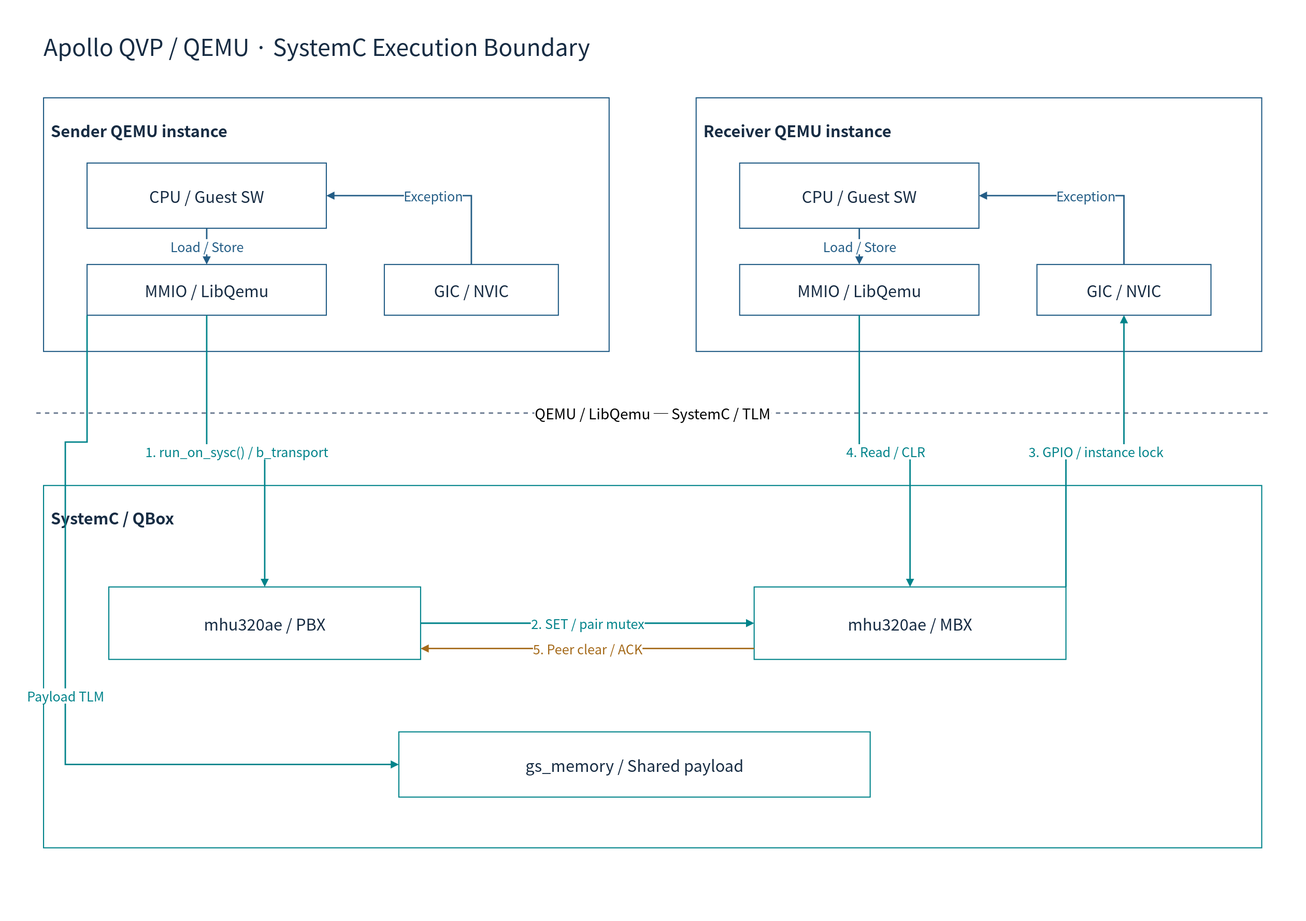
This is doc/phase1/mailbox/diagrams/06-qvp.drawio.svg from cometzero/project-apollo, a draw.io export, as it was before one commit. Source tidied: cells renumbered, new cells last; positions are measured from the earlier drawing's top-left corner, leaving out a move shared by most shapes.
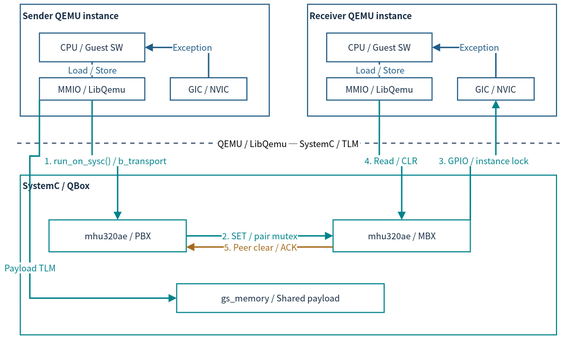
Later version of the same file.

Diff of the diagram source:
```diff
@@ -2,86 +2,80 @@
   <root>
     <mxCell id="0" />
     <mxCell id="1" parent="0" />
-    <mxCell id="2" style="rounded=0;whiteSpace=wrap;html=1;fillColor=#FFFFFF;strokeColor=none;strokeWidth=1.5;fontColor=#172C43;fontFamily=Noto Sans CJK KR;fontSize=22;spacing=10;" parent="1" vertex="1">
-      <mxGeometry width="1800" height="1270" as="geometry" />
-    </mxCell>
-    <mxCell id="3" value="Apollo QVP / QEMU · SystemC Execution Boundary" style="rounded=0;whiteSpace=wrap;html=1;fillColor=#FFFFFF;strokeColor=none;strokeWidth=1.5;fontColor=#172C43;fontFamily=Noto Sans CJK KR;fontSize=22;spacing=10;fontSize=32;align=left;" parent="1" vertex="1">
-      <mxGeometry x="50" y="30" width="1700" height="65" as="geometry" />
-    </mxCell>
-    <mxCell id="4" value="Sender QEMU instance" style="rounded=0;whiteSpace=wrap;html=1;fillColor=#FFFFFF;strokeColor=#235D86;strokeWidth=1.5;fontColor=#172C43;fontFamily=Noto Sans CJK KR;fontSize=22;spacing=10;verticalAlign=top;fontStyle=1;spacingTop=16;align=left;" parent="1" vertex="1">
-      <mxGeometry x="60" y="135" width="780" height="350" as="geometry" />
+    <mxCell id="4" value="Sender QEMU instance" style="rounded=0;whiteSpace=wrap;html=1;fillColor=#FFFFFF;strokeColor=#235D86;strokeWidth=1.5;fontColor=#172C43;fontFamily=Noto Sans CJK KR;verticalAlign=top;fontStyle=1;align=left;fontSize=12;spacing=3;whiteSpace=wrap;" parent="1" vertex="1">
+      <mxGeometry x="12" y="31.8" width="343.6" height="154.2" as="geometry" />
     </mxCell>
-    <mxCell id="5" value="CPU / Guest SW" style="rounded=0;whiteSpace=wrap;html=1;fillColor=#FFFFFF;strokeColor=#235D86;strokeWidth=1.5;fontColor=#172C43;fontFamily=Noto Sans CJK KR;fontSize=22;spacing=10;" parent="4" vertex="1">
-      <mxGeometry x="60" y="90" width="330" height="90" as="geometry" />
+    <mxCell id="5" value="CPU / Guest SW" style="rounded=0;whiteSpace=wrap;html=1;fillColor=#FFFFFF;strokeColor=#235D86;strokeWidth=1.5;fontColor=#172C43;fontFamily=Noto Sans CJK KR;fontSize=12;spacing=3;whiteSpace=wrap;" parent="4" vertex="1">
+      <mxGeometry x="26.4" y="39.6" width="145.4" height="39.6" as="geometry" />
     </mxCell>
-    <mxCell id="6" value="MMIO / LibQemu" style="rounded=0;whiteSpace=wrap;html=1;fillColor=#FFFFFF;strokeColor=#235D86;strokeWidth=1.5;fontColor=#172C43;fontFamily=Noto Sans CJK KR;fontSize=22;spacing=10;" parent="4" vertex="1">
-      <mxGeometry x="60" y="230" width="330" height="70" as="geometry" />
+    <mxCell id="6" value="MMIO / LibQemu" style="rounded=0;whiteSpace=wrap;html=1;fillColor=#FFFFFF;strokeColor=#235D86;strokeWidth=1.5;fontColor=#172C43;fontFamily=Noto Sans CJK KR;fontSize=12;spacing=3;whiteSpace=wrap;" parent="4" vertex="1">
+      <mxGeometry x="26.4" y="101.3" width="145.4" height="30.8" as="geometry" />
     </mxCell>
-    <mxCell id="7" value="GIC / NVIC" style="rounded=0;whiteSpace=wrap;html=1;fillColor=#FFFFFF;strokeColor=#235D86;strokeWidth=1.5;fontColor=#172C43;fontFamily=Noto Sans CJK KR;fontSize=22;spacing=10;" parent="4" vertex="1">
-      <mxGeometry x="470" y="230" width="240" height="70" as="geometry" />
+    <mxCell id="7" value="GIC / NVIC" style="rounded=0;whiteSpace=wrap;html=1;fillColor=#FFFFFF;strokeColor=#235D86;strokeWidth=1.5;fontColor=#172C43;fontFamily=Noto Sans CJK KR;fontSize=12;spacing=3;whiteSpace=wrap;" parent="4" vertex="1">
+      <mxGeometry x="207" y="101.3" width="105.7" height="30.8" as="geometry" />
     </mxCell>
-    <mxCell id="8" value="Load / Store" style="edgeStyle=orthogonalEdgeStyle;rounded=0;html=1;endArrow=block;endFill=1;strokeWidth=2;strokeColor=#235D86;fontColor=#235D86;fontFamily=Noto Sans CJK KR;fontSize=18;labelBackgroundColor=#FFFFFF;exitX=0.5;exitY=1;entryX=0.5;entryY=0;" parent="1" edge="1" source="5" target="6">
+    <mxCell id="8" value="Load / Store" style="edgeStyle=orthogonalEdgeStyle;rounded=0;html=1;endArrow=block;endFill=1;strokeWidth=2;strokeColor=#235D86;fontColor=#235D86;fontFamily=Noto Sans CJK KR;labelBackgroundColor=#FFFFFF;exitX=0.5;exitY=1;entryX=0.5;entryY=0;fontSize=12;spacing=3;whiteSpace=nowrap;" parent="1" edge="1" source="5" target="6">
       <mxGeometry relative="1" as="geometry" />
     </mxCell>
-    <mxCell id="9" value="Exception" style="edgeStyle=orthogonalEdgeStyle;rounded=0;html=1;endArrow=block;endFill=1;strokeWidth=2;strokeColor=#235D86;fontColor=#235D86;fontFamily=Noto Sans CJK KR;fontSize=18;labelBackgroundColor=#FFFFFF;exitX=0.5;exitY=0;entryX=1;entryY=0.5;" parent="1" edge="1" source="7" target="5">
+    <mxCell id="9" value="Exception" style="edgeStyle=orthogonalEdgeStyle;rounded=0;html=1;endArrow=block;endFill=1;strokeWidth=2;strokeColor=#235D86;fontColor=#235D86;fontFamily=Noto Sans CJK KR;labelBackgroundColor=#FFFFFF;exitX=0.5;exitY=0;entryX=1;entryY=0.5;fontSize=12;spacing=3;whiteSpace=nowrap;" parent="1" edge="1" source="7" target="5">
       <mxGeometry relative="1" as="geometry" />
     </mxCell>
-    <mxCell id="10" value="Receiver QEMU instance" style="rounded=0;whiteSpace=wrap;html=1;fillColor=#FFFFFF;strokeColor=#235D86;strokeWidth=1.5;fontColor=#172C43;fontFamily=Noto Sans CJK KR;fontSize=22;spacing=10;verticalAlign=top;fontStyle=1;spacingTop=16;align=left;" parent="1" vertex="1">
-      <mxGeometry x="960" y="135" width="780" height="350" as="geometry" />
+    <mxCell id="10" value="Receiver QEMU instance" style="rounded=0;whiteSpace=wrap;html=1;fillColor=#FFFFFF;strokeColor=#235D86;strokeWidth=1.5;fontColor=#172C43;fontFamily=Noto Sans CJK KR;verticalAlign=top;fontStyle=1;align=left;fontSize=12;spacing=3;whiteSpace=wrap;" parent="1" vertex="1">
+      <mxGeometry x="408.4" y="31.8" width="343.6" height="154.2" as="geometry" />
     </mxCell>
-    <mxCell id="11" value="CPU / Guest SW" style="rounded=0;whiteSpace=wrap;html=1;fillColor=#FFFFFF;strokeColor=#235D86;strokeWidth=1.5;fontColor=#172C43;fontFamily=Noto Sans CJK KR;fontSize=22;spacing=10;" parent="10" vertex="1">
-      <mxGeometry x="60" y="90" width="330" height="90" as="geometry" />
+    <mxCell id="11" value="CPU / Guest SW" style="rounded=0;whiteSpace=wrap;html=1;fillColor=#FFFFFF;strokeColor=#235D86;strokeWidth=1.5;fontColor=#172C43;fontFamily=Noto Sans CJK KR;fontSize=12;spacing=3;whiteSpace=wrap;" parent="10" vertex="1">
+      <mxGeometry x="26.4" y="39.6" width="145.4" height="39.6" as="geometry" />
     </mxCell>
-    <mxCell id="12" value="MMIO / LibQemu" style="rounded=0;whiteSpace=wrap;html=1;fillColor=#FFFFFF;strokeColor=#235D86;strokeWidth=1.5;fontColor=#172C43;fontFamily=Noto Sans CJK KR;fontSize=22;spacing=10;" parent="10" vertex="1">
-      <mxGeometry x="60" y="230" width="330" height="70" as="geometry" />
+    <mxCell id="12" value="MMIO / LibQemu" style="rounded=0;whiteSpace=wrap;html=1;fillColor=#FFFFFF;strokeColor=#235D86;strokeWidth=1.5;fontColor=#172C43;fontFamily=Noto Sans CJK KR;fontSize=12;spacing=3;whiteSpace=wrap;" parent="10" vertex="1">
+      <mxGeometry x="26.4" y="101.3" width="145.4" height="30.8" as="geometry" />
     </mxCell>
-    <mxCell id="13" value="GIC / NVIC" style="rounded=0;whiteSpace=wrap;html=1;fillColor=#FFFFFF;strokeColor=#235D86;strokeWidth=1.5;fontColor=#172C43;fontFamily=Noto Sans CJK KR;fontSize=22;spacing=10;" parent="10" vertex="1">
-      <mxGeometry x="470" y="230" width="240" height="70" as="geometry" />
+    <mxCell id="13" value="GIC / NVIC" style="rounded=0;whiteSpace=wrap;html=1;fillColor=#FFFFFF;strokeColor=#235D86;strokeWidth=1.5;fontColor=#172C43;fontFamily=Noto Sans CJK KR;fontSize=12;spacing=3;whiteSpace=wrap;" parent="10" vertex="1">
+      <mxGeometry x="207" y="101.3" width="105.7" height="30.8" as="geometry" />
     </mxCell>
-    <mxCell id="14" value="Load / Store" style="edgeStyle=orthogonalEdgeStyle;rounded=0;html=1;endArrow=block;endFill=1;strokeWidth=2;strokeColor=#235D86;fontColor=#235D86;fontFamily=Noto Sans CJK KR;fontSize=18;labelBackgroundColor=#FFFFFF;exitX=0.5;exitY=1;entryX=0.5;entryY=0;" parent="1" edge="1" source="11" target="12">
+    <mxCell id="14" value="Load / Store" style="edgeStyle=orthogonalEdgeStyle;rounded=0;html=1;endArrow=block;endFill=1;strokeWidth=2;strokeColor=#235D86;fontColor=#235D86;fontFamily=Noto Sans CJK KR;labelBackgroundColor=#FFFFFF;exitX=0.5;exitY=1;entryX=0.5;entryY=0;fontSize=12;spacing=3;whiteSpace=nowrap;" parent="1" edge="1" source="11" target="12">
       <mxGeometry relative="1" as="geometry" />
     </mxCell>
-    <mxCell id="15" value="Exception" style="edgeStyle=orthogonalEdgeStyle;rounded=0;html=1;endArrow=block;endFill=1;strokeWidth=2;strokeColor=#235D86;fontColor=#235D86;fontFamily=Noto Sans CJK KR;fontSize=18;labelBackgroundColor=#FFFFFF;exitX=0.5;exitY=0;entryX=1;entryY=0.5;" parent="1" edge="1" source="13" target="11">
+    <mxCell id="15" value="Exception" style="edgeStyle=orthogonalEdgeStyle;rounded=0;html=1;endArrow=block;endFill=1;strokeWidth=2;strokeColor=#235D86;fontColor=#235D86;fontFamily=Noto Sans CJK KR;labelBackgroundColor=#FFFFFF;exitX=0.5;exitY=0;entryX=1;entryY=0.5;fontSize=12;spacing=3;whiteSpace=nowrap;" parent="1" edge="1" source="13" target="11">
       <mxGeometry relative="1" as="geometry" />
     </mxCell>
-    <mxCell id="16" value="QEMU / LibQemu ─ SystemC / TLM" style="endArrow=none;dashed=1;strokeColor=#64748B;strokeWidth=2;fontSize=20;labelBackgroundColor=#FFFFFF;fontFamily=Noto Sans CJK KR;" parent="1" edge="1">
+    <mxCell id="16" value="QEMU / LibQemu ─ SystemC / TLM" style="endArrow=none;dashed=1;strokeColor=#64748B;strokeWidth=2;labelBackgroundColor=#FFFFFF;fontFamily=Noto Sans CJK KR;fontSize=12;spacing=3;whiteSpace=nowrap;" parent="1" edge="1">
       <mxGeometry relative="1" as="geometry">
-        <mxPoint x="50" y="570" as="sourcePoint" />
-        <mxPoint x="1750" y="570" as="targetPoint" />
+        <mxPoint x="7.6" y="223.4" as="sourcePoint" />
+        <mxPoint x="756.4" y="223.4" as="targetPoint" />
       </mxGeometry>
     </mxCell>
-    <mxCell id="17" value="SystemC / QBox" style="rounded=0;whiteSpace=wrap;html=1;fillColor=#FFFFFF;strokeColor=#00838A;strokeWidth=1.5;fontColor=#172C43;fontFamily=Noto Sans CJK KR;fontSize=22;spacing=10;verticalAlign=top;fontStyle=1;spacingTop=16;align=left;" parent="1" vertex="1">
-      <mxGeometry x="60" y="670" width="1680" height="500" as="geometry" />
+    <mxCell id="17" value="SystemC / QBox" style="rounded=0;whiteSpace=wrap;html=1;fillColor=#FFFFFF;strokeColor=#00838A;strokeWidth=1.5;fontColor=#172C43;fontFamily=Noto Sans CJK KR;verticalAlign=top;fontStyle=1;align=left;fontSize=12;spacing=3;whiteSpace=wrap;" parent="1" vertex="1">
+      <mxGeometry x="12" y="267.5" width="740" height="220.2" as="geometry" />
     </mxCell>
-    <mxCell id="18" value="mhu320ae / PBX" style="rounded=0;whiteSpace=wrap;html=1;fillColor=#FFFFFF;strokeColor=#00838A;strokeWidth=1.5;fontColor=#172C43;fontFamily=Noto Sans CJK KR;fontSize=22;spacing=10;" parent="17" vertex="1">
-      <mxGeometry x="90" y="140" width="430" height="100" as="geometry" />
+    <mxCell id="18" value="mhu320ae / PBX" style="rounded=0;whiteSpace=wrap;html=1;fillColor=#FFFFFF;strokeColor=#00838A;strokeWidth=1.5;fontColor=#172C43;fontFamily=Noto Sans CJK KR;fontSize=12;spacing=3;whiteSpace=wrap;" parent="17" vertex="1">
+      <mxGeometry x="39.6" y="61.7" width="189.4" height="44" as="geometry" />
     </mxCell>
-    <mxCell id="19" value="mhu320ae / MBX" style="rounded=0;whiteSpace=wrap;html=1;fillColor=#FFFFFF;strokeColor=#00838A;strokeWidth=1.5;fontColor=#172C43;fontFamily=Noto Sans CJK KR;fontSize=22;spacing=10;" parent="17" vertex="1">
-      <mxGeometry x="980" y="140" width="430" height="100" as="geometry" />
+    <mxCell id="19" value="mhu320ae / MBX" style="rounded=0;whiteSpace=wrap;html=1;fillColor=#FFFFFF;strokeColor=#00838A;strokeWidth=1.5;fontColor=#172C43;fontFamily=Noto Sans CJK KR;fontSize=12;spacing=3;whiteSpace=wrap;" parent="17" vertex="1">
+      <mxGeometry x="431.7" y="61.7" width="189.4" height="44" as="geometry" />
     </mxCell>
-    <mxCell id="20" value="gs_memory / Shared payload" style="rounded=0;whiteSpace=wrap;html=1;fillColor=#FFFFFF;strokeColor=#00838A;strokeWidth=1.5;fontColor=#172C43;fontFamily=Noto Sans CJK KR;fontSize=22;spacing=10;" parent="17" vertex="1">
-      <mxGeometry x="490" y="340" width="650" height="90" as="geometry" />
+    <mxCell id="20" value="gs_memory / Shared payload" style="rounded=0;whiteSpace=wrap;html=1;fillColor=#FFFFFF;strokeColor=#00838A;strokeWidth=1.5;fontColor=#172C43;fontFamily=Noto Sans CJK KR;fontSize=12;spacing=3;whiteSpace=wrap;" parent="17" vertex="1">
+      <mxGeometry x="215.8" y="149.8" width="286.3" height="39.6" as="geometry" />
     </mxCell>
-    <mxCell id="21" value="1. run_on_sysc() / b_transport" style="edgeStyle=orthogonalEdgeStyle;rounded=0;html=1;endArrow=block;endFill=1;strokeWidth=2;strokeColor=#00838A;fontColor=#00838A;fontFamily=Noto Sans CJK KR;fontSize=18;labelBackgroundColor=#FFFFFF;exitX=0.5;exitY=1;entryX=0.5;entryY=0;" parent="1" edge="1" source="6" target="18">
+    <mxCell id="21" value="1. run_on_sysc() / b_transport" style="edgeStyle=orthogonalEdgeStyle;rounded=0;html=1;endArrow=block;endFill=1;strokeWidth=2;strokeColor=#00838A;fontColor=#00838A;fontFamily=Noto Sans CJK KR;labelBackgroundColor=#FFFFFF;exitX=0.5;exitY=1;entryX=0.5;entryY=0;fontSize=12;spacing=3;whiteSpace=nowrap;" parent="1" edge="1" source="6" target="18">
       <mxGeometry relative="1" as="geometry" />
     </mxCell>
-    <mxCell id="22" value="2. SET / pair mutex" style="edgeStyle=orthogonalEdgeStyle;rounded=0;html=1;endArrow=block;endFill=1;strokeWidth=2;strokeColor=#00838A;fontColor=#00838A;fontFamily=Noto Sans CJK KR;fontSize=18;labelBackgroundColor=#FFFFFF;exitX=1;exitY=0.5;entryX=0;entryY=0.5;" parent="1" edge="1" source="18" target="19">
+    <mxCell id="22" value="2. SET / pair mutex" style="edgeStyle=orthogonalEdgeStyle;rounded=0;html=1;endArrow=block;endFill=1;strokeWidth=2;strokeColor=#00838A;fontColor=#00838A;fontFamily=Noto Sans CJK KR;labelBackgroundColor=#FFFFFF;exitX=1;exitY=0.5;entryX=0;entryY=0.5;fontSize=12;spacing=3;whiteSpace=nowrap;" parent="1" edge="1" source="18" target="19">
       <mxGeometry relative="1" as="geometry" />
     </mxCell>
-    <mxCell id="23" value="3. GPIO / instance lock" style="edgeStyle=orthogonalEdgeStyle;rounded=0;html=1;endArrow=block;endFill=1;strokeWidth=2;strokeColor=#00838A;fontColor=#00838A;fontFamily=Noto Sans CJK KR;fontSize=18;labelBackgroundColor=#FFFFFF;exitX=1;exitY=0;entryX=0.5;entryY=1;" parent="1" edge="1" source="19" target="13">
+    <mxCell id="23" value="3. GPIO / instance lock" style="edgeStyle=orthogonalEdgeStyle;rounded=0;html=1;endArrow=block;endFill=1;strokeWidth=2;strokeColor=#00838A;fontColor=#00838A;fontFamily=Noto Sans CJK KR;labelBackgroundColor=#FFFFFF;exitX=1;exitY=0;entryX=0.5;entryY=1;fontSize=12;spacing=3;whiteSpace=nowrap;" parent="1" edge="1" source="19" target="13">
       <mxGeometry relative="1" as="geometry" />
     </mxCell>
-    <mxCell id="24" value="4. Read / CLR" style="edgeStyle=orthogonalEdgeStyle;rounded=0;html=1;endArrow=block;endFill=1;strokeWidth=2;strokeColor=#00838A;fontColor=#00838A;fontFamily=Noto Sans CJK KR;fontSize=18;labelBackgroundColor=#FFFFFF;exitX=0.5;exitY=1;entryX=0.5;entryY=0;" parent="1" edge="1" source="12" target="19">
+    <mxCell id="24" value="4. Read / CLR" style="edgeStyle=orthogonalEdgeStyle;rounded=0;html=1;endArrow=block;endFill=1;strokeWidth=2;strokeColor=#00838A;fontColor=#00838A;fontFamily=Noto Sans CJK KR;labelBackgroundColor=#FFFFFF;exitX=0.5;exitY=1;entryX=0.5;entryY=0;fontSize=12;spacing=3;whiteSpace=nowrap;" parent="1" edge="1" source="12" target="19">
       <mxGeometry relative="1" as="geometry" />
     </mxCell>
-    <mxCell id="25" value="5. Peer clear / ACK" style="edgeStyle=orthogonalEdgeStyle;rounded=0;html=1;endArrow=block;endFill=1;strokeWidth=2;strokeColor=#A56A1A;fontColor=#A56A1A;fontFamily=Noto Sans CJK KR;fontSize=18;labelBackgroundColor=#FFFFFF;exitX=0;exitY=0.85;entryX=1;entryY=0.85;" parent="1" edge="1" source="19" target="18">
+    <mxCell id="25" value="5. Peer clear / ACK" style="edgeStyle=orthogonalEdgeStyle;rounded=0;html=1;endArrow=block;endFill=1;strokeWidth=2;strokeColor=#A56A1A;fontColor=#A56A1A;fontFamily=Noto Sans CJK KR;labelBackgroundColor=#FFFFFF;exitX=0;exitY=0.85;entryX=1;entryY=0.85;fontSize=12;spacing=3;whiteSpace=nowrap;" parent="1" edge="1" source="19" target="18">
       <mxGeometry relative="1" as="geometry" />
     </mxCell>
-    <mxCell id="26" value="Payload TLM" style="edgeStyle=orthogonalEdgeStyle;rounded=0;html=1;endArrow=block;endFill=1;strokeWidth=2;strokeColor=#00838A;fontColor=#00838A;fontFamily=Noto Sans CJK KR;fontSize=18;labelBackgroundColor=#FFFFFF;exitX=0;exitY=1;entryX=0;entryY=0.5;" parent="1" edge="1" source="6" target="20">
+    <mxCell id="26" value="Payload TLM" style="edgeStyle=orthogonalEdgeStyle;rounded=0;html=1;endArrow=block;endFill=1;strokeWidth=2;strokeColor=#00838A;fontColor=#00838A;fontFamily=Noto Sans CJK KR;labelBackgroundColor=#FFFFFF;exitX=0;exitY=1;entryX=0;entryY=0.5;fontSize=12;spacing=3;whiteSpace=nowrap;" parent="1" edge="1" source="6" target="20">
       <mxGeometry relative="1" as="geometry">
         <Array as="points">
-          <mxPoint x="90" y="610" />
-          <mxPoint x="90" y="1055" />
+          <mxPoint x="25.2" y="241.1" />
+          <mxPoint x="25.2" y="437.1" />
         </Array>
       </mxGeometry>
     </mxCell>
```
